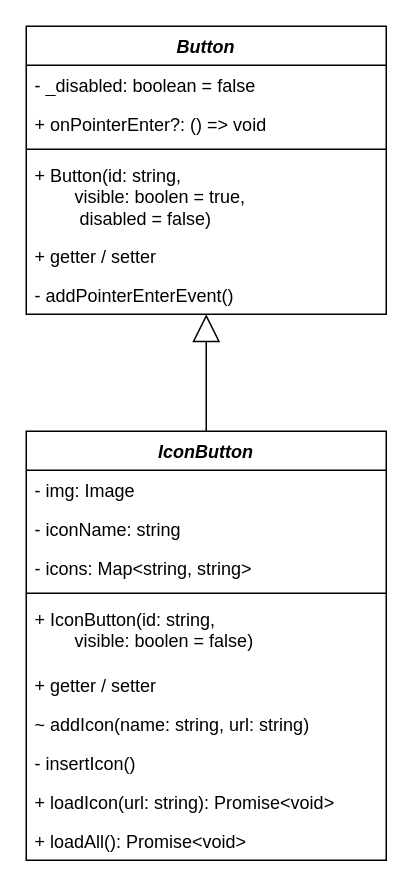
Earlier version of the draw.io diagram docs/issue/150-diagram.drawio (elma1989/el-pollo-loco). Source tidied: cells renumbered, new cells numbered last; positions are measured from the earlier drawing's top-left corner, leaving out a move shared by most shapes. Both pictures are drawn from the tidied source at 150%, with x=0, y=0 at pixel (26, 26).
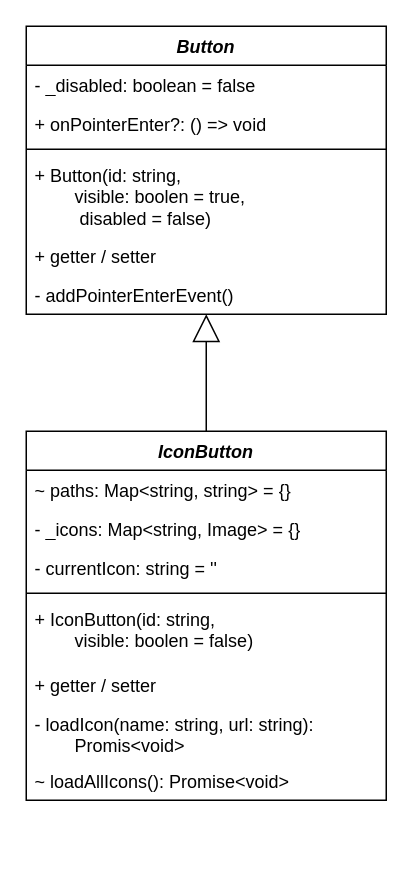
The same diagram, later.

Diff of the diagram source:
```diff
@@
     <mxCell id="9" value="IconButton" style="swimlane;fontStyle=3;align=center;verticalAlign=top;horizontal=1;startSize=26;whiteSpace=wrap;html=1;strokeColor=default;" parent="1" vertex="1">
-      <mxGeometry y="270" width="240" height="286" as="geometry" />
+      <mxGeometry y="270" width="240" height="246" as="geometry" />
     </mxCell>
-    <mxCell id="10" value="- img: Image" style="text;strokeColor=none;fillColor=none;align=left;verticalAlign=top;spacingLeft=4;spacingRight=4;overflow=hidden;whiteSpace=wrap;html=1;" parent="9" vertex="1">
+    <mxCell id="10" value="~ paths: Map&amp;lt;string, string&amp;gt; = {}" style="text;strokeColor=none;fillColor=none;align=left;verticalAlign=top;spacingLeft=4;spacingRight=4;overflow=hidden;whiteSpace=wrap;html=1;" parent="9" vertex="1">
       <mxGeometry y="26" width="240" height="26" as="geometry" />
     </mxCell>
+    <mxCell id="12" value="- _icons: Map&amp;lt;string, Image&amp;gt; = {}" style="text;strokeColor=none;fillColor=none;align=left;verticalAlign=top;spacingLeft=4;spacingRight=4;overflow=hidden;whiteSpace=wrap;html=1;" parent="9" vertex="1">
+      <mxGeometry y="52" width="240" height="26" as="geometry" />
+    </mxCell>
-    <mxCell id="11" value="- iconName: string" style="text;strokeColor=none;fillColor=none;align=left;verticalAlign=top;spacingLeft=4;spacingRight=4;overflow=hidden;whiteSpace=wrap;html=1;" parent="9" vertex="1">
-      <mxGeometry y="52" width="240" height="26" as="geometry" />
+    <mxCell id="11" value="- currentIcon: string = ''" style="text;strokeColor=none;fillColor=none;align=left;verticalAlign=top;spacingLeft=4;spacingRight=4;overflow=hidden;whiteSpace=wrap;html=1;" parent="9" vertex="1">
+      <mxGeometry y="78" width="240" height="26" as="geometry" />
     </mxCell>
-    <mxCell id="12" value="- icons: Map&amp;lt;string, string&amp;gt;" style="text;strokeColor=none;fillColor=none;align=left;verticalAlign=top;spacingLeft=4;spacingRight=4;overflow=hidden;whiteSpace=wrap;html=1;" parent="9" vertex="1">
-      <mxGeometry y="78" width="240" height="26" as="geometry" />
-    </mxCell>
@@
-    <mxCell id="16" value="~ addIcon(name: string, url: string)" style="text;strokeColor=none;fillColor=none;align=left;verticalAlign=top;spacingLeft=4;spacingRight=4;overflow=hidden;whiteSpace=wrap;html=1;" parent="9" vertex="1">
-      <mxGeometry y="182" width="240" height="26" as="geometry" />
+    <mxCell id="16" value="- loadIcon(name: string, url: string):&lt;div&gt;&lt;span style=&quot;white-space: pre;&quot;&gt;&#9;&lt;/span&gt;Promis&amp;lt;void&amp;gt;&lt;br&gt;&lt;/div&gt;" style="text;strokeColor=none;fillColor=none;align=left;verticalAlign=top;spacingLeft=4;spacingRight=4;overflow=hidden;whiteSpace=wrap;html=1;" parent="9" vertex="1">
+      <mxGeometry y="182" width="240" height="38" as="geometry" />
     </mxCell>
-    <mxCell id="17" value="- insertIcon()" style="text;strokeColor=none;fillColor=none;align=left;verticalAlign=top;spacingLeft=4;spacingRight=4;overflow=hidden;whiteSpace=wrap;html=1;" parent="9" vertex="1">
-      <mxGeometry y="208" width="240" height="26" as="geometry" />
+    <mxCell id="17" value="~ loadAllIcons(): Promise&amp;lt;void&amp;gt;" style="text;strokeColor=none;fillColor=none;align=left;verticalAlign=top;spacingLeft=4;spacingRight=4;overflow=hidden;whiteSpace=wrap;html=1;" parent="9" vertex="1">
+      <mxGeometry y="220" width="240" height="26" as="geometry" />
     </mxCell>
-    <mxCell id="18" value="+ loadIcon(url: string): Promise&amp;lt;void&amp;gt;" style="text;strokeColor=none;fillColor=none;align=left;verticalAlign=top;spacingLeft=4;spacingRight=4;overflow=hidden;whiteSpace=wrap;html=1;" parent="9" vertex="1">
-      <mxGeometry y="234" width="240" height="26" as="geometry" />
-    </mxCell>
-    <mxCell id="19" value="+ loadAll(): Promise&amp;lt;void&amp;gt;" style="text;strokeColor=none;fillColor=none;align=left;verticalAlign=top;spacingLeft=4;spacingRight=4;overflow=hidden;whiteSpace=wrap;html=1;" parent="9" vertex="1">
-      <mxGeometry y="260" width="240" height="26" as="geometry" />
-    </mxCell>
```
